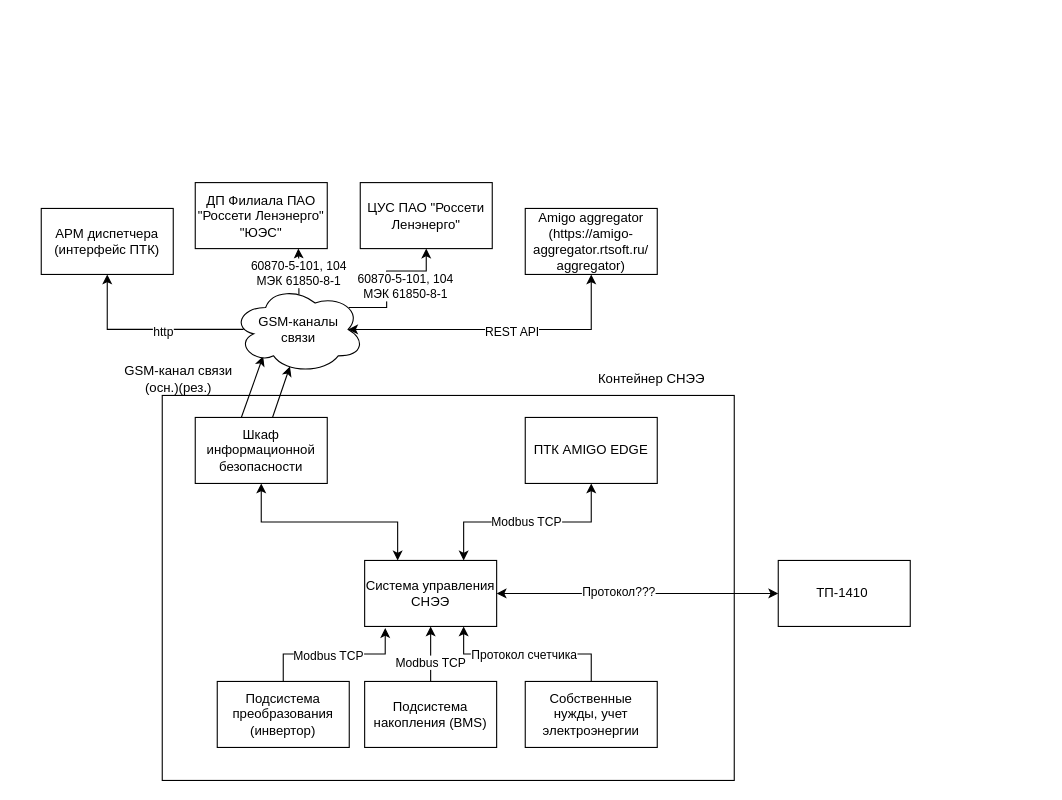
Above: Volts.drawio in Randyrofed/DrawIO (draw.io), before the change. Source tidied: cells renumbered, new cells numbered last; positions are measured from the earlier drawing's top-left corner, leaving out a move shared by most shapes. Both pictures are drawn from the tidied source at 110%, with x=0, y=0 at pixel (41, 182).
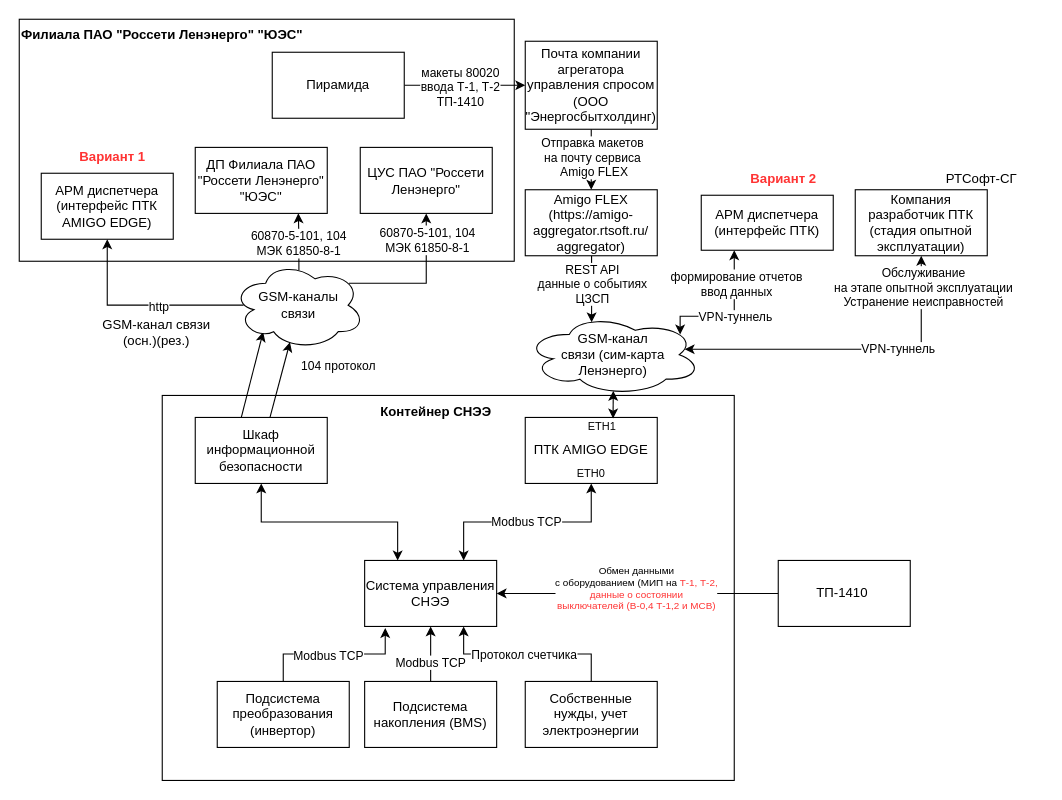
Above is the later version.

Unchanged cells that the change refers to:
```xml
<mxCell id="6" value="Система управления СНЭЭ" style="rounded=0;whiteSpace=wrap;html=1;" parent="1" vertex="1">
  <mxGeometry x="294" y="344" width="120" height="60" as="geometry" />
</mxCell>
<mxCell id="18" value="ТП-1410&amp;nbsp;" style="rounded=0;whiteSpace=wrap;html=1;" parent="1" vertex="1">
  <mxGeometry x="670" y="344" width="120" height="60" as="geometry" />
</mxCell>
<mxCell id="20" style="rounded=0;jettySize=auto;html=1;entryX=0.434;entryY=0.92;entryDx=0;entryDy=0;entryPerimeter=0;" parent="1" edge="1" source="22" target="34">
  <mxGeometry relative="1" as="geometry" />
</mxCell>
```

What changed in the source:
```diff
@@
+    <mxCell id="38" value="Филиала ПАО &quot;Россети Ленэнерго&quot; &quot;ЮЭС&quot;" style="rounded=0;whiteSpace=wrap;html=1;fillColor=none;align=left;verticalAlign=top;fontStyle=1;" parent="1" vertex="1">
+      <mxGeometry x="-20" y="-148" width="450" height="220" as="geometry" />
+    </mxCell>
@@
-    <mxCell id="16" style="edgeStyle=orthogonalEdgeStyle;rounded=0;jettySize=auto;html=1;startArrow=classic;startFill=1;" parent="1" edge="1" source="18" target="6">
+    <mxCell id="16" style="edgeStyle=orthogonalEdgeStyle;rounded=0;jettySize=auto;html=1;startArrow=none;startFill=0;endArrow=classic;endFill=1;" parent="1" edge="1" source="18" target="6">
       <mxGeometry relative="1" as="geometry" />
     </mxCell>
-    <mxCell id="17" value="Протокол???" style="edgeLabel;html=1;align=center;verticalAlign=middle;" parent="16" vertex="1">
-      <mxGeometry x="0.14" y="-2" relative="1" as="geometry" />
+    <mxCell id="17" value="Обмен данными&lt;br style=&quot;font-size: 9px;&quot;&gt;с оборудованием (МИП на &lt;font color=&quot;#ff3333&quot;&gt;Т-1, Т-2, &lt;br style=&quot;font-size: 9px;&quot;&gt;данные о состоянии &lt;br style=&quot;font-size: 9px;&quot;&gt;выключателей (В-0,4 Т-1,2 и МСВ)&lt;/font&gt;" style="edgeLabel;html=1;align=center;verticalAlign=middle;fontSize=9;" parent="16" vertex="1">
+      <mxGeometry x="0.14" y="-2" relative="1" as="geometry">
+        <mxPoint x="16" y="-3" as="offset" />
+      </mxGeometry>
     </mxCell>
@@
+    <mxCell id="39" style="edgeStyle=orthogonalEdgeStyle;rounded=0;jettySize=auto;html=1;entryX=0.5;entryY=1;entryDx=0;entryDy=0;exitX=0.906;exitY=0.432;exitDx=0;exitDy=0;exitPerimeter=0;startArrow=classic;startFill=1;" parent="1" edge="1" source="62" target="60">
+      <mxGeometry relative="1" as="geometry">
+        <Array as="points">
+          <mxPoint x="800" y="152" />
+        </Array>
+      </mxGeometry>
+    </mxCell>
+    <mxCell id="40" value="VPN-туннель" style="edgeLabel;html=1;align=center;verticalAlign=middle;" parent="39" vertex="1">
+      <mxGeometry x="0.01" y="-2" relative="1" as="geometry">
+        <mxPoint x="42" y="-2" as="offset" />
+      </mxGeometry>
+    </mxCell>
+    <mxCell id="41" value="Обслуживание &lt;br&gt;на этапе опытной эксплуатации&lt;br&gt;Устранение неисправностей" style="edgeLabel;html=1;align=center;verticalAlign=middle;" parent="39" vertex="1">
+      <mxGeometry x="0.81" y="-1" relative="1" as="geometry" />
+    </mxCell>
@@
+    <mxCell id="42" value="104 протокол" style="edgeLabel;html=1;align=center;verticalAlign=middle;" parent="20" vertex="1">
+      <mxGeometry x="0.17" y="-1" relative="1" as="geometry">
+        <mxPoint x="50" y="-8" as="offset" />
+      </mxGeometry>
+    </mxCell>
@@
     <mxCell id="23" value="ДП Филиала ПАО &quot;Россети Ленэнерго&quot; &quot;ЮЭС&quot;" style="rounded=0;whiteSpace=wrap;html=1;" parent="1" vertex="1">
-      <mxGeometry x="140" y="0.5" width="120" height="60" as="geometry" />
+      <mxGeometry x="140" y="-31.5" width="120" height="60" as="geometry" />
     </mxCell>
     <mxCell id="24" value="ЦУС ПАО &quot;Россети Ленэнерго&quot;" style="rounded=0;whiteSpace=wrap;html=1;" parent="1" vertex="1">
-      <mxGeometry x="290" y="0.5" width="120" height="60" as="geometry" />
+      <mxGeometry x="290" y="-31.5" width="120" height="60" as="geometry" />
     </mxCell>
-    <mxCell id="25" value="Amigo aggregator&lt;br&gt;(https://amigo-aggregator.rtsoft.ru/&lt;br&gt;aggregator)" style="rounded=0;whiteSpace=wrap;html=1;" parent="1" vertex="1">
-      <mxGeometry x="440" y="24" width="120" height="60" as="geometry" />
-    </mxCell>
@@
-    <mxCell id="28" style="edgeStyle=orthogonalEdgeStyle;rounded=0;jettySize=auto;html=1;entryX=0.5;entryY=1;entryDx=0;entryDy=0;startArrow=classic;startFill=1;exitX=0.875;exitY=0.5;exitDx=0;exitDy=0;exitPerimeter=0;" parent="1" edge="1" source="34" target="25">
-      <mxGeometry relative="1" as="geometry" />
-    </mxCell>
-    <mxCell id="29" value="REST API" style="edgeLabel;html=1;align=center;verticalAlign=middle;" parent="28" vertex="1">
-      <mxGeometry x="0.09" y="-1" relative="1" as="geometry" />
-    </mxCell>
     <mxCell id="30" style="edgeStyle=orthogonalEdgeStyle;rounded=0;jettySize=auto;html=1;entryX=0.5;entryY=1;entryDx=0;entryDy=0;exitX=0.88;exitY=0.25;exitDx=0;exitDy=0;exitPerimeter=0;" parent="1" edge="1" source="34" target="24">
       <mxGeometry relative="1" as="geometry">
         <Array as="points">
-          <mxPoint x="314" y="114" />
-          <mxPoint x="314" y="81" />
-          <mxPoint x="350" y="81" />
+          <mxPoint x="350" y="92" />
         </Array>
       </mxGeometry>
     </mxCell>
     <mxCell id="31" value="60870-5-101, 104&lt;br style=&quot;border-color: var(--border-color);&quot;&gt;МЭК 61850-8-1" style="edgeLabel;html=1;align=center;verticalAlign=middle;" parent="30" vertex="1">
       <mxGeometry x="-0.24" y="-1" relative="1" as="geometry">
-        <mxPoint x="15" y="-7" as="offset" />
+        <mxPoint x="20" y="-41" as="offset" />
       </mxGeometry>
     </mxCell>
@@
     <mxCell id="34" value="GSM-каналы &lt;br&gt;связи" style="ellipse;shape=cloud;whiteSpace=wrap;html=1;" parent="1" vertex="1">
-      <mxGeometry x="174" y="94" width="120" height="80" as="geometry" />
+      <mxGeometry x="174" y="72" width="120" height="80" as="geometry" />
     </mxCell>
-    <mxCell id="35" value="АРМ диспетчера&lt;br&gt;(интерфейс ПТК)" style="rounded=0;whiteSpace=wrap;html=1;" parent="1" vertex="1">
-      <mxGeometry y="24" width="120" height="60" as="geometry" />
+    <mxCell id="35" value="АРМ диспетчера&lt;br&gt;(интерфейс ПТК AMIGO EDGE)" style="rounded=0;whiteSpace=wrap;html=1;" parent="1" vertex="1">
+      <mxGeometry y="-8" width="120" height="60" as="geometry" />
     </mxCell>
-    <mxCell id="36" value="Контейнер СНЭЭ" style="text;html=1;strokeColor=none;fillColor=none;align=center;verticalAlign=middle;whiteSpace=wrap;rounded=0;" parent="1" vertex="1">
-      <mxGeometry x="500" y="164" width="110" height="30" as="geometry" />
+    <mxCell id="36" value="Контейнер СНЭЭ" style="text;html=1;strokeColor=none;fillColor=none;align=center;verticalAlign=middle;whiteSpace=wrap;rounded=0;fontStyle=1;" parent="1" vertex="1">
+      <mxGeometry x="304" y="194" width="110" height="30" as="geometry" />
     </mxCell>
     <mxCell id="37" value="GSM-канал связи (осн.)(рез.)" style="text;html=1;strokeColor=none;fillColor=none;align=center;verticalAlign=middle;whiteSpace=wrap;rounded=0;" parent="1" vertex="1">
-      <mxGeometry x="70" y="164" width="110" height="30" as="geometry" />
+      <mxGeometry x="50" y="122" width="110" height="30" as="geometry" />
     </mxCell>
+    <mxCell id="43" style="edgeStyle=orthogonalEdgeStyle;rounded=0;jettySize=auto;html=1;entryX=0;entryY=0.5;entryDx=0;entryDy=0;" parent="1" edge="1" source="45" target="48">
+      <mxGeometry relative="1" as="geometry" />
+    </mxCell>
+    <mxCell id="44" value="макеты 80020&lt;br&gt;ввода Т-1, Т-2&lt;br&gt;ТП-1410" style="edgeLabel;html=1;align=center;verticalAlign=middle;" parent="43" vertex="1">
+      <mxGeometry x="-0.1" y="-1" relative="1" as="geometry" />
+    </mxCell>
+    <mxCell id="45" value="Пирамида" style="rounded=0;whiteSpace=wrap;html=1;" parent="1" vertex="1">
+      <mxGeometry x="210" y="-118" width="120" height="60" as="geometry" />
+    </mxCell>
+    <mxCell id="46" style="edgeStyle=orthogonalEdgeStyle;rounded=0;jettySize=auto;html=1;entryX=0.5;entryY=0;entryDx=0;entryDy=0;" parent="1" edge="1" source="48" target="51">
+      <mxGeometry relative="1" as="geometry" />
+    </mxCell>
+    <mxCell id="47" value="Отправка макетов &lt;br&gt;на почту сервиса&lt;br&gt;&amp;nbsp;Amigo FLEX" style="edgeLabel;html=1;align=center;verticalAlign=middle;" parent="46" vertex="1">
+      <mxGeometry x="0.36" relative="1" as="geometry">
+        <mxPoint y="-12" as="offset" />
+      </mxGeometry>
+    </mxCell>
+    <mxCell id="48" value="Почта компании агрегатора управления спросом (ООО &quot;Энергосбытхолдинг)" style="rounded=0;whiteSpace=wrap;html=1;" parent="1" vertex="1">
+      <mxGeometry x="440" y="-128" width="120" height="80" as="geometry" />
+    </mxCell>
+    <mxCell id="49" style="edgeStyle=orthogonalEdgeStyle;rounded=0;jettySize=auto;html=1;entryX=0.377;entryY=0.102;entryDx=0;entryDy=0;startArrow=none;startFill=0;exitX=0.5;exitY=1;exitDx=0;exitDy=0;endArrow=classic;endFill=1;entryPerimeter=0;" parent="1" edge="1" source="51" target="62">
+      <mxGeometry relative="1" as="geometry">
+        <Array as="points">
+          <mxPoint x="500" y="128" />
+        </Array>
+      </mxGeometry>
+    </mxCell>
+    <mxCell id="50" value="REST API&lt;br&gt;данные о событиях&lt;br&gt;ЦЗСП" style="edgeLabel;html=1;align=center;verticalAlign=middle;" parent="49" vertex="1">
+      <mxGeometry x="-0.02" y="-1" relative="1" as="geometry">
+        <mxPoint x="1" y="-5" as="offset" />
+      </mxGeometry>
+    </mxCell>
+    <mxCell id="51" value="Amigo FLEX&lt;br style=&quot;border-color: var(--border-color);&quot;&gt;(https://amigo-aggregator.rtsoft.ru/&lt;br style=&quot;border-color: var(--border-color);&quot;&gt;aggregator)" style="rounded=0;whiteSpace=wrap;html=1;" parent="1" vertex="1">
+      <mxGeometry x="440" y="7" width="120" height="60" as="geometry" />
+    </mxCell>
+    <mxCell id="52" style="edgeStyle=orthogonalEdgeStyle;rounded=0;jettySize=auto;html=1;entryX=0.88;entryY=0.25;entryDx=0;entryDy=0;exitX=0.25;exitY=1;exitDx=0;exitDy=0;startArrow=classic;startFill=1;entryPerimeter=0;" parent="1" edge="1" source="55" target="62">
+      <mxGeometry relative="1" as="geometry">
+        <Array as="points">
+          <mxPoint x="630" y="122" />
+          <mxPoint x="581" y="122" />
+        </Array>
+      </mxGeometry>
+    </mxCell>
+    <mxCell id="53" value="VPN-туннель" style="edgeLabel;html=1;align=center;verticalAlign=middle;" parent="52" vertex="1">
+      <mxGeometry x="-0.05" y="-3" relative="1" as="geometry">
+        <mxPoint y="3" as="offset" />
+      </mxGeometry>
+    </mxCell>
+    <mxCell id="54" value="формирование отчетов&lt;br&gt;ввод данных" style="edgeLabel;html=1;align=center;verticalAlign=middle;" parent="52" vertex="1">
+      <mxGeometry x="-0.68" y="1" relative="1" as="geometry">
+        <mxPoint y="10" as="offset" />
+      </mxGeometry>
+    </mxCell>
+    <mxCell id="55" value="АРМ диспетчера&lt;br style=&quot;border-color: var(--border-color);&quot;&gt;(интерфейс ПТК)" style="rounded=0;whiteSpace=wrap;html=1;" parent="1" vertex="1">
+      <mxGeometry x="600" y="12" width="120" height="50" as="geometry" />
+    </mxCell>
+    <mxCell id="56" value="ETH0" style="text;html=1;strokeColor=none;fillColor=none;align=center;verticalAlign=middle;whiteSpace=wrap;rounded=0;fontSize=10;" parent="1" vertex="1">
+      <mxGeometry x="470" y="260" width="60" height="10" as="geometry" />
+    </mxCell>
+    <mxCell id="57" value="ETH1" style="text;html=1;strokeColor=none;fillColor=none;align=center;verticalAlign=middle;whiteSpace=wrap;rounded=0;fontSize=10;" parent="1" vertex="1">
+      <mxGeometry x="480" y="214" width="60" height="16" as="geometry" />
+    </mxCell>
+    <mxCell id="58" value="Вариант 2" style="text;html=1;strokeColor=none;fillColor=none;align=center;verticalAlign=middle;whiteSpace=wrap;rounded=0;fontColor=#FF3333;fontStyle=1;" parent="1" vertex="1">
+      <mxGeometry x="640" y="-18" width="70" height="30" as="geometry" />
+    </mxCell>
+    <mxCell id="59" value="Вариант 1" style="text;html=1;strokeColor=none;fillColor=none;align=center;verticalAlign=middle;whiteSpace=wrap;rounded=0;fontColor=#FF3333;fontStyle=1;" parent="1" vertex="1">
+      <mxGeometry x="30" y="-38" width="70" height="30" as="geometry" />
+    </mxCell>
+    <mxCell id="60" value="Компания разработчик ПТК (стадия опытной эксплуатации)" style="rounded=0;whiteSpace=wrap;html=1;" parent="1" vertex="1">
+      <mxGeometry x="740" y="7" width="120" height="60" as="geometry" />
+    </mxCell>
+    <mxCell id="61" value="РТСофт-СГ" style="text;html=1;strokeColor=none;fillColor=none;align=center;verticalAlign=middle;whiteSpace=wrap;rounded=0;" parent="1" vertex="1">
+      <mxGeometry x="800" y="-18" width="110" height="30" as="geometry" />
+    </mxCell>
+    <mxCell id="62" value="GSM-канал&lt;br&gt;связи (сим-карта Ленэнерго)" style="ellipse;shape=cloud;whiteSpace=wrap;html=1;" parent="1" vertex="1">
+      <mxGeometry x="440" y="120" width="160" height="74" as="geometry" />
+    </mxCell>
+    <mxCell id="63" style="edgeStyle=orthogonalEdgeStyle;rounded=0;jettySize=auto;html=1;entryX=0.664;entryY=0.058;entryDx=0;entryDy=0;entryPerimeter=0;startArrow=classic;startFill=1;exitX=0.5;exitY=0.944;exitDx=0;exitDy=0;exitPerimeter=0;" parent="1" edge="1" source="62" target="57">
+      <mxGeometry relative="1" as="geometry" />
+    </mxCell>
```
